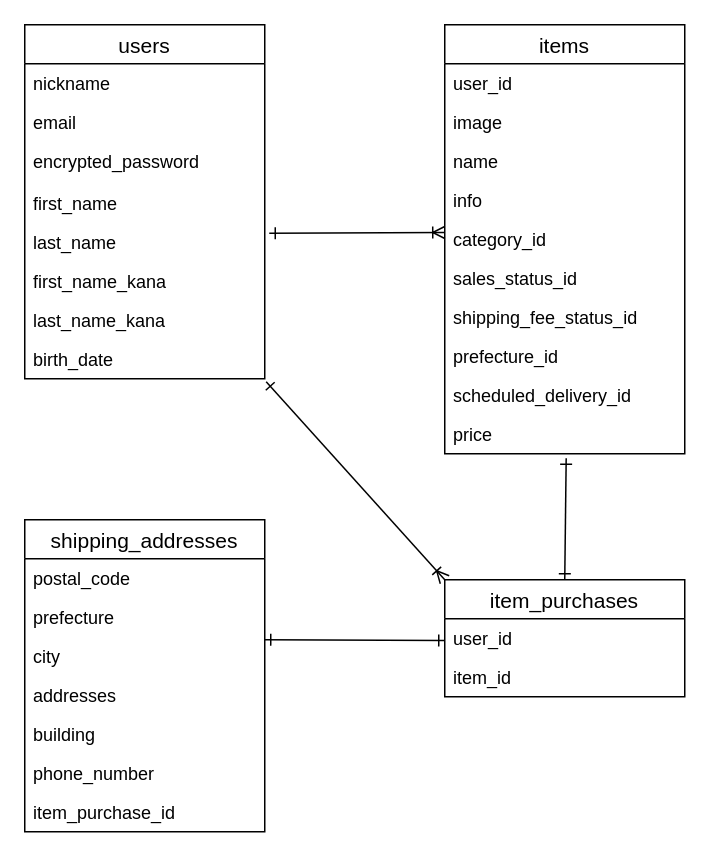
The draw.io diagram app/models/ER.dio in kentaroupstream/furima-29337, before the edit. Source tidied: cells renumbered, new cells numbered last; positions are measured from the earlier drawing's top-left corner, leaving out a move shared by most shapes. Both pictures are drawn from the tidied source at 150%, with x=0, y=0 at pixel (24, 24).
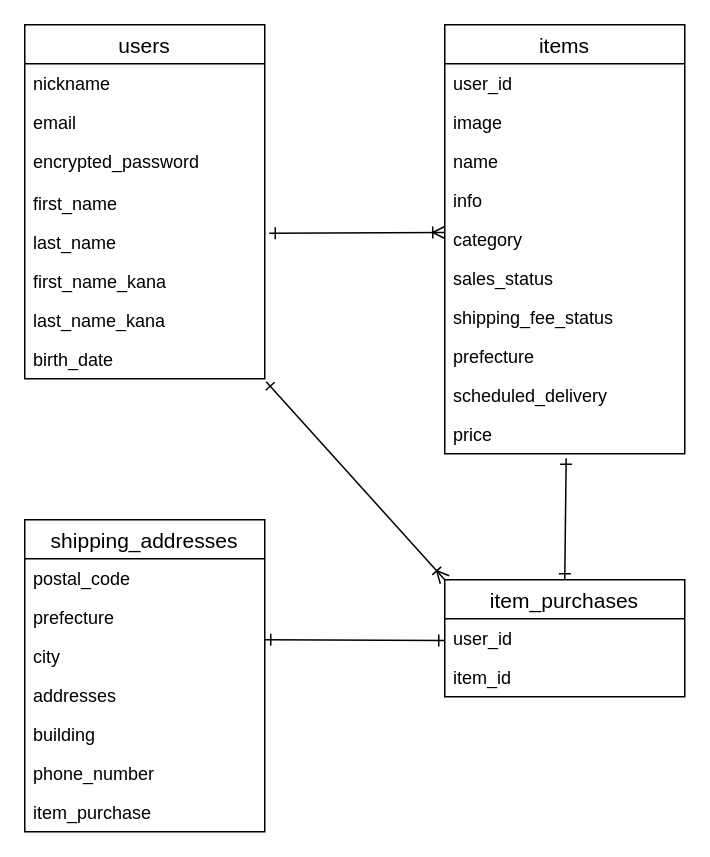
After the change.

Unchanged cells that the change refers to:
```xml
<mxCell id="12" value="items" style="swimlane;fontStyle=0;horizontal=1;startSize=26;align=center;fontSize=14;" parent="1" vertex="1">
  <mxGeometry x="280" width="160" height="286" as="geometry" />
</mxCell>
<mxCell id="24" value="shipping_addresses" style="swimlane;fontStyle=0;horizontal=1;startSize=26;align=center;fontSize=14;" parent="1" vertex="1">
  <mxGeometry y="330" width="160" height="208" as="geometry" />
</mxCell>
```

What changed in the source:
```diff
@@
-    <mxCell id="18" value="category_id" style="text;strokeColor=none;fillColor=none;spacingLeft=4;spacingRight=4;overflow=hidden;fontSize=12;" parent="12" vertex="1">
+    <mxCell id="18" value="category" style="text;strokeColor=none;fillColor=none;spacingLeft=4;spacingRight=4;overflow=hidden;fontSize=12;" parent="12" vertex="1">
       <mxGeometry y="130" width="160" height="26" as="geometry" />
     </mxCell>
-    <mxCell id="19" value="sales_status_id" style="text;strokeColor=none;fillColor=none;spacingLeft=4;spacingRight=4;overflow=hidden;fontSize=12;" parent="12" vertex="1">
+    <mxCell id="19" value="sales_status" style="text;strokeColor=none;fillColor=none;spacingLeft=4;spacingRight=4;overflow=hidden;fontSize=12;" parent="12" vertex="1">
       <mxGeometry y="156" width="160" height="26" as="geometry" />
     </mxCell>
-    <mxCell id="20" value="shipping_fee_status_id" style="text;strokeColor=none;fillColor=none;spacingLeft=4;spacingRight=4;overflow=hidden;fontSize=12;" parent="12" vertex="1">
+    <mxCell id="20" value="shipping_fee_status" style="text;strokeColor=none;fillColor=none;spacingLeft=4;spacingRight=4;overflow=hidden;fontSize=12;" parent="12" vertex="1">
       <mxGeometry y="182" width="160" height="26" as="geometry" />
     </mxCell>
-    <mxCell id="21" value="prefecture_id" style="text;strokeColor=none;fillColor=none;spacingLeft=4;spacingRight=4;overflow=hidden;fontSize=12;" parent="12" vertex="1">
+    <mxCell id="21" value="prefecture" style="text;strokeColor=none;fillColor=none;spacingLeft=4;spacingRight=4;overflow=hidden;fontSize=12;" parent="12" vertex="1">
       <mxGeometry y="208" width="160" height="26" as="geometry" />
     </mxCell>
-    <mxCell id="22" value="scheduled_delivery_id" style="text;strokeColor=none;fillColor=none;spacingLeft=4;spacingRight=4;overflow=hidden;fontSize=12;" parent="12" vertex="1">
+    <mxCell id="22" value="scheduled_delivery" style="text;strokeColor=none;fillColor=none;spacingLeft=4;spacingRight=4;overflow=hidden;fontSize=12;" parent="12" vertex="1">
       <mxGeometry y="234" width="160" height="26" as="geometry" />
     </mxCell>
@@
-    <mxCell id="31" value="item_purchase_id" style="text;strokeColor=none;fillColor=none;spacingLeft=4;spacingRight=4;overflow=hidden;fontSize=12;" parent="24" vertex="1">
+    <mxCell id="31" value="item_purchase" style="text;strokeColor=none;fillColor=none;spacingLeft=4;spacingRight=4;overflow=hidden;fontSize=12;" parent="24" vertex="1">
       <mxGeometry y="182" width="160" height="26" as="geometry" />
     </mxCell>
```
